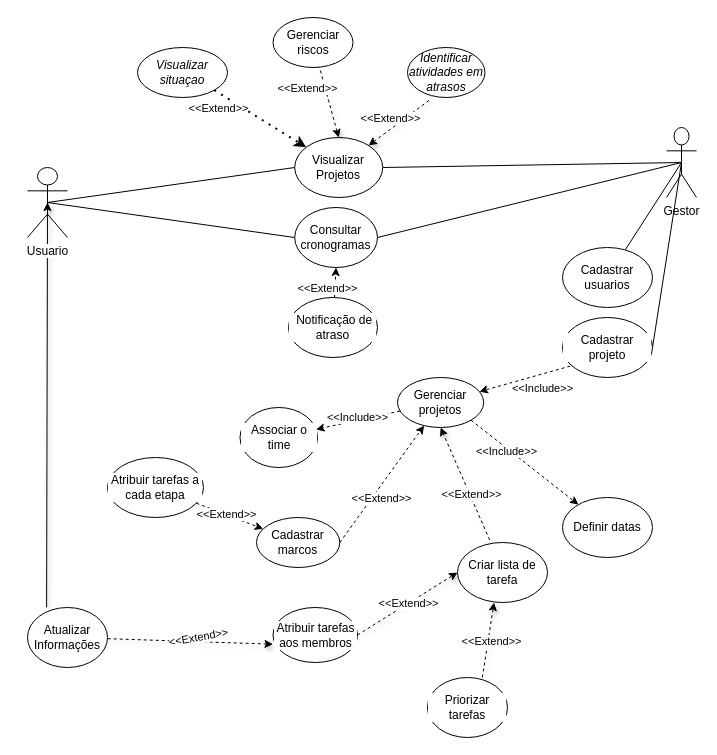
Before: prototype  used cases TCC.drawio in leoonn/Diagrama-de-classes, a draw.io diagram. Source tidied: cells renumbered, new cells numbered last; positions are measured from the earlier drawing's top-left corner, leaving out a move shared by most shapes. Both pictures are drawn from the tidied source at 100%, with x=0, y=0 at pixel (27, 17).
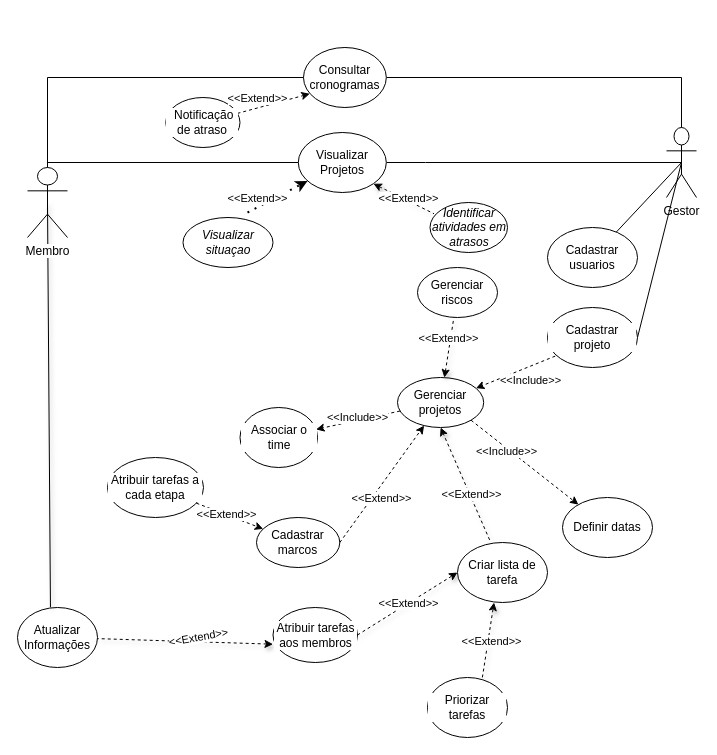
After the change.

Commit message (it also covers changes not shown here):
criaçao do diagrama de classe para o tcc, falta refina-lo

Unchanged cells that the change refers to:
```xml
<mxCell id="7" value="Gestor&lt;br&gt;" style="shape=umlActor;verticalLabelPosition=bottom;verticalAlign=top;html=1;outlineConnect=0;" parent="1" vertex="1">
  <mxGeometry x="639" y="110" width="30" height="70" as="geometry" />
</mxCell>
<mxCell id="23" value="Gerenciar projetos&lt;br&gt;" style="ellipse;whiteSpace=wrap;html=1;" parent="1" vertex="1">
  <mxGeometry x="370" y="360" width="86.2" height="50" as="geometry" />
</mxCell>
```

Diff of the diagram source:
```diff
@@
     <mxCell id="2" value="Cadastrar usuarios" style="ellipse;whiteSpace=wrap;html=1;" parent="1" vertex="1">
-      <mxGeometry x="535" y="230" width="90" height="60" as="geometry" />
+      <mxGeometry x="520" y="210" width="90" height="60" as="geometry" />
     </mxCell>
@@
-    <mxCell id="5" style="rounded=0;jettySize=auto;html=1;exitX=0.5;exitY=0.5;exitDx=0;exitDy=0;exitPerimeter=0;entryX=1;entryY=0.5;entryDx=0;entryDy=0;fontColor=#000000;endArrow=none;endFill=0;" parent="1" edge="1" source="7" target="18">
-      <mxGeometry relative="1" as="geometry" />
+    <mxCell id="5" style="rounded=0;jettySize=auto;html=1;exitX=0.5;exitY=0.5;exitDx=0;exitDy=0;exitPerimeter=0;entryX=1;entryY=0.5;entryDx=0;entryDy=0;fontColor=#000000;endArrow=none;endFill=0;edgeStyle=orthogonalEdgeStyle;" parent="1" edge="1" source="7" target="18">
+      <mxGeometry relative="1" as="geometry">
+        <Array as="points">
+          <mxPoint x="398" y="145" />
+        </Array>
+      </mxGeometry>
     </mxCell>
-    <mxCell id="6" style="rounded=0;jettySize=auto;html=1;exitX=0.5;exitY=0.5;exitDx=0;exitDy=0;exitPerimeter=0;entryX=1;entryY=0.5;entryDx=0;entryDy=0;fontColor=#000000;endArrow=none;endFill=0;" parent="1" edge="1" source="7" target="19">
-      <mxGeometry relative="1" as="geometry" />
+    <mxCell id="6" style="rounded=0;jettySize=auto;html=1;exitX=0.5;exitY=0.5;exitDx=0;exitDy=0;exitPerimeter=0;entryX=1;entryY=0.5;entryDx=0;entryDy=0;fontColor=#000000;endArrow=none;endFill=0;edgeStyle=orthogonalEdgeStyle;" parent="1" edge="1" source="7" target="19">
+      <mxGeometry relative="1" as="geometry">
+        <Array as="points">
+          <mxPoint x="654" y="60" />
+        </Array>
+      </mxGeometry>
     </mxCell>
@@
     <mxCell id="9" value="Cadastrar projeto" style="ellipse;whiteSpace=wrap;html=1;labelBackgroundColor=#FFFFFF;fontColor=#000000;" parent="1" vertex="1">
-      <mxGeometry x="535" y="300" width="90" height="60" as="geometry" />
+      <mxGeometry x="520" y="290" width="90" height="60" as="geometry" />
     </mxCell>
@@
     <mxCell id="17" value="Atualizar Informações" style="ellipse;whiteSpace=wrap;html=1;" parent="1" vertex="1">
-      <mxGeometry y="590" width="80" height="60" as="geometry" />
+      <mxGeometry x="-10" y="590" width="80" height="60" as="geometry" />
     </mxCell>
     <mxCell id="18" value="Visualizar Projetos" style="ellipse;whiteSpace=wrap;html=1;" parent="1" vertex="1">
-      <mxGeometry x="267.2" y="120" width="88" height="60" as="geometry" />
+      <mxGeometry x="270.8" y="115" width="88" height="60" as="geometry" />
     </mxCell>
     <mxCell id="19" value="Consultar cronogramas" style="ellipse;whiteSpace=wrap;html=1;" parent="1" vertex="1">
-      <mxGeometry x="267.2" y="190" width="82.8" height="60" as="geometry" />
+      <mxGeometry x="276" y="30" width="82.8" height="60" as="geometry" />
     </mxCell>
@@
-    <mxCell id="21" value="Gerenciar riscos&lt;br&gt;" style="ellipse;whiteSpace=wrap;html=1;" parent="1" vertex="1">
-      <mxGeometry x="245.5" width="80" height="50" as="geometry" />
-    </mxCell>
     <mxCell id="22" value="&lt;i&gt;Identificar atividades em atrasos&lt;/i&gt;" style="ellipse;whiteSpace=wrap;html=1;" parent="1" vertex="1">
-      <mxGeometry x="380" y="30" width="77.5" height="50" as="geometry" />
+      <mxGeometry x="402.5" y="185" width="77.5" height="50" as="geometry" />
     </mxCell>
@@
-    <mxCell id="24" style="edgeStyle=none;rounded=0;jettySize=auto;html=1;entryX=0.292;entryY=1.042;entryDx=0;entryDy=0;entryPerimeter=0;shadow=1;dashed=1;startArrow=classic;startFill=1;endArrow=none;endFill=0;" parent="1" edge="1" source="18" target="22">
+    <mxCell id="24" style="edgeStyle=none;rounded=0;jettySize=auto;html=1;entryX=0.052;entryY=0.225;entryDx=0;entryDy=0;shadow=1;dashed=1;startArrow=classic;startFill=1;endArrow=none;endFill=0;exitX=1;exitY=1;exitDx=0;exitDy=0;entryPerimeter=0;" parent="1" edge="1" source="18" target="22">
       <mxGeometry relative="1" as="geometry" />
     </mxCell>
     <mxCell id="25" value="&lt;i&gt;Visualizar situaçao&lt;/i&gt;" style="ellipse;whiteSpace=wrap;html=1;" parent="1" vertex="1">
-      <mxGeometry x="110" y="30" width="90" height="50" as="geometry" />
+      <mxGeometry x="155.5" y="200" width="90" height="50" as="geometry" />
     </mxCell>
-    <mxCell id="26" style="rounded=0;jettySize=auto;html=1;exitX=0.5;exitY=0.5;exitDx=0;exitDy=0;exitPerimeter=0;entryX=0;entryY=0.5;entryDx=0;entryDy=0;fontColor=#000000;endArrow=none;endFill=0;strokeWidth=1;" parent="1" edge="1" source="29" target="18">
-      <mxGeometry relative="1" as="geometry" />
+    <mxCell id="26" style="rounded=0;jettySize=auto;html=1;exitX=0.5;exitY=0.5;exitDx=0;exitDy=0;exitPerimeter=0;entryX=0;entryY=0.5;entryDx=0;entryDy=0;fontColor=#000000;endArrow=none;endFill=0;strokeWidth=1;edgeStyle=orthogonalEdgeStyle;" parent="1" edge="1" source="29" target="18">
+      <mxGeometry relative="1" as="geometry">
+        <Array as="points">
+          <mxPoint x="20" y="145" />
+        </Array>
+      </mxGeometry>
     </mxCell>
-    <mxCell id="27" style="rounded=0;jettySize=auto;html=1;exitX=0.5;exitY=0.5;exitDx=0;exitDy=0;exitPerimeter=0;entryX=0;entryY=0.5;entryDx=0;entryDy=0;fontColor=#000000;endArrow=none;endFill=0;strokeWidth=1;" parent="1" edge="1" source="29" target="19">
-      <mxGeometry relative="1" as="geometry" />
+    <mxCell id="27" style="rounded=0;jettySize=auto;html=1;exitX=0.5;exitY=0.5;exitDx=0;exitDy=0;exitPerimeter=0;entryX=0;entryY=0.5;entryDx=0;entryDy=0;fontColor=#000000;endArrow=none;endFill=0;strokeWidth=1;edgeStyle=orthogonalEdgeStyle;" parent="1" edge="1" source="29" target="19">
+      <mxGeometry relative="1" as="geometry">
+        <Array as="points">
+          <mxPoint x="20" y="60" />
+        </Array>
+      </mxGeometry>
     </mxCell>
-    <mxCell id="28" style="rounded=0;jettySize=auto;html=1;exitX=0.5;exitY=0.5;exitDx=0;exitDy=0;exitPerimeter=0;shadow=1;startArrow=classic;startFill=1;endArrow=none;endFill=0;entryX=0.239;entryY=-0.004;entryDx=0;entryDy=0;entryPerimeter=0;" parent="1" edge="1" source="29" target="17">
+    <mxCell id="28" style="rounded=0;jettySize=auto;html=1;exitX=0.5;exitY=0.5;exitDx=0;exitDy=0;exitPerimeter=0;shadow=1;startArrow=none;startFill=0;endArrow=none;endFill=0;entryX=0.412;entryY=-0.004;entryDx=0;entryDy=0;entryPerimeter=0;" parent="1" edge="1" source="29" target="17">
       <mxGeometry relative="1" as="geometry" />
     </mxCell>
-    <mxCell id="29" value="Usuario&lt;br&gt;" style="shape=umlActor;verticalLabelPosition=bottom;verticalAlign=top;html=1;outlineConnect=0;labelBackgroundColor=#FFFFFF;fontColor=#000000;" parent="1" vertex="1">
+    <mxCell id="29" value="Membro" style="shape=umlActor;verticalLabelPosition=bottom;verticalAlign=top;html=1;outlineConnect=0;labelBackgroundColor=#FFFFFF;fontColor=#000000;" parent="1" vertex="1">
       <mxGeometry y="150" width="40" height="70" as="geometry" />
     </mxCell>
-    <mxCell id="30" style="rounded=0;jettySize=auto;html=1;fontColor=#000000;dashed=1;startArrow=none;entryX=0.5;entryY=1;entryDx=0;entryDy=0;" parent="1" edge="1" source="31" target="19">
-      <mxGeometry relative="1" as="geometry" />
+    <mxCell id="30" style="rounded=0;jettySize=auto;html=1;fontColor=#000000;dashed=1;startArrow=none;entryX=0;entryY=1;entryDx=0;entryDy=0;" parent="1" edge="1" source="31">
+      <mxGeometry relative="1" as="geometry">
+        <mxPoint x="282.3" y="76.3" as="targetPoint" />
+      </mxGeometry>
     </mxCell>
     <mxCell id="31" value="&amp;nbsp;Notificação de atraso" style="ellipse;whiteSpace=wrap;html=1;labelBackgroundColor=#FFFFFF;fontColor=#000000;" parent="1" vertex="1">
-      <mxGeometry x="261" y="280" width="89" height="60" as="geometry" />
+      <mxGeometry x="138.3" y="80" width="74.2" height="50" as="geometry" />
     </mxCell>
-    <mxCell id="32" style="endArrow=classic;dashed=1;html=1;dashPattern=1 3;strokeWidth=2;rounded=0;fontColor=#000000;endFill=1;exitX=1;exitY=1;exitDx=0;exitDy=0;startArrow=none;" parent="1" edge="1" source="25" target="18">
-      <mxGeometry relative="1" as="geometry" />
+    <mxCell id="32" style="endArrow=classic;dashed=1;html=1;dashPattern=1 3;strokeWidth=2;rounded=0;fontColor=#000000;endFill=1;startArrow=none;" parent="1" edge="1" target="18">
+      <mxGeometry relative="1" as="geometry">
+        <mxPoint x="220" y="195" as="sourcePoint" />
+      </mxGeometry>
     </mxCell>
@@
     <mxCell id="50" value="&amp;lt;&amp;lt;Extend&amp;gt;&amp;gt;" style="edgeLabel;html=1;align=center;verticalAlign=middle;" parent="1" vertex="1">
-      <mxGeometry x="299.5" y="270" as="geometry" />
+      <mxGeometry x="229" y="80" as="geometry" />
     </mxCell>
     <mxCell id="51" value="&amp;lt;&amp;lt;Extend&amp;gt;&amp;gt;" style="edgeLabel;html=1;align=center;verticalAlign=middle;" parent="1" vertex="1">
-      <mxGeometry x="190" y="90" as="geometry" />
+      <mxGeometry x="229" y="180" as="geometry" />
     </mxCell>
-    <mxCell id="52" style="edgeStyle=none;rounded=0;jettySize=auto;html=1;shadow=1;dashed=1;startArrow=classic;startFill=1;endArrow=none;endFill=0;exitX=0.5;exitY=0;exitDx=0;exitDy=0;" parent="1" edge="1" source="18" target="21">
-      <mxGeometry relative="1" as="geometry" />
-    </mxCell>
+    <mxCell id="54" value="&amp;lt;&amp;lt;Extend&amp;gt;&amp;gt;" style="edgeLabel;html=1;align=center;verticalAlign=middle;" parent="1" vertex="1">
+      <mxGeometry x="380" y="180" as="geometry" />
+    </mxCell>
+    <mxCell id="21" value="Gerenciar riscos&lt;br&gt;" style="ellipse;whiteSpace=wrap;html=1;" parent="1" vertex="1">
+      <mxGeometry x="390" y="250" width="80" height="50" as="geometry" />
+    </mxCell>
+    <mxCell id="55" style="edgeStyle=none;rounded=0;jettySize=auto;html=1;shadow=1;dashed=1;startArrow=classic;startFill=1;endArrow=none;endFill=0;" parent="1" edge="1" source="23" target="21">
+      <mxGeometry relative="1" as="geometry" />
+    </mxCell>
     <mxCell id="53" value="&amp;lt;&amp;lt;Extend&amp;gt;&amp;gt;" style="edgeLabel;html=1;align=center;verticalAlign=middle;" parent="1" vertex="1">
-      <mxGeometry x="279" y="70" as="geometry" />
+      <mxGeometry x="420" y="320" as="geometry" />
     </mxCell>
-    <mxCell id="54" value="&amp;lt;&amp;lt;Extend&amp;gt;&amp;gt;" style="edgeLabel;html=1;align=center;verticalAlign=middle;" parent="1" vertex="1">
-      <mxGeometry x="362.5" y="100" as="geometry" />
-    </mxCell>
```
